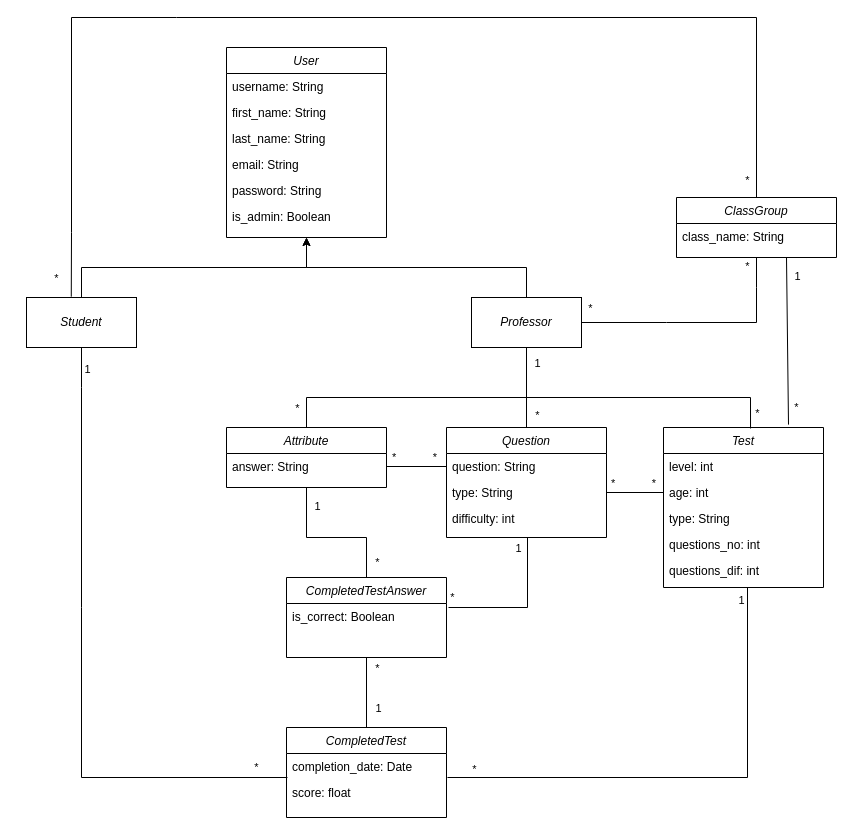
nganaconda/lms-web keeps this draw.io diagram as Class Diagram.drawio. Above is the earlier version. Source tidied: cells renumbered, new cells numbered last; positions are measured from the earlier drawing's top-left corner, leaving out a move shared by most shapes. Both pictures are drawn from the tidied source at 100%, with x=0, y=0 at pixel (26, 17).
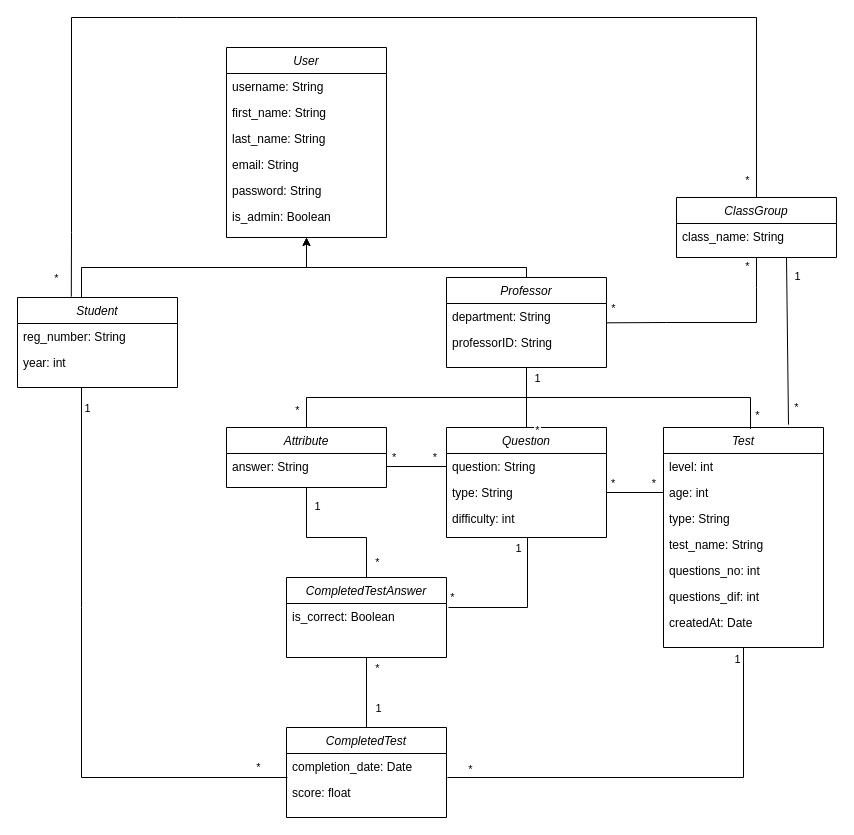
The same page after the edit.

The change refers to these unchanged cells:
```xml
<mxCell id="2" value="User" style="swimlane;fontStyle=2;align=center;verticalAlign=top;horizontal=1;startSize=26;rounded=0;shadow=0;strokeWidth=1;" parent="1" vertex="1">
  <mxGeometry x="200" y="30" width="160" height="190" as="geometry" />
</mxCell>
<mxCell id="13" value="Attribute" style="swimlane;fontStyle=2;align=center;verticalAlign=top;horizontal=1;startSize=26;rounded=0;shadow=0;strokeWidth=1;" parent="1" vertex="1">
  <mxGeometry x="200" y="410" width="160" height="60" as="geometry" />
</mxCell>
<mxCell id="15" value="Question" style="swimlane;fontStyle=2;align=center;verticalAlign=top;horizontal=1;startSize=26;rounded=0;shadow=0;strokeWidth=1;" parent="1" vertex="1">
  <mxGeometry x="420" y="410" width="160" height="110" as="geometry" />
</mxCell>
<mxCell id="36" value="completion_date: Date" style="text;align=left;verticalAlign=top;spacingLeft=4;spacingRight=4;overflow=hidden;points=[[0,0.5],[1,0.5]];portConstraint=eastwest;" parent="35" vertex="1">
  <mxGeometry y="26" width="160" height="26" as="geometry" />
</mxCell>
<mxCell id="44" value="ClassGroup" style="swimlane;fontStyle=2;align=center;verticalAlign=top;horizontal=1;startSize=26;rounded=0;shadow=0;strokeWidth=1;" parent="1" vertex="1">
  <mxGeometry x="650" y="180" width="160" height="60" as="geometry" />
</mxCell>
```

The edit, as a diff of the source:
```diff
@@
-    <mxCell id="9" style="edgeStyle=orthogonalEdgeStyle;rounded=0;jettySize=auto;html=1;entryX=0.5;entryY=1;entryDx=0;entryDy=0;" parent="1" edge="1" source="10" target="2">
+    <mxCell id="9" style="edgeStyle=orthogonalEdgeStyle;rounded=0;jettySize=auto;html=1;entryX=0.5;entryY=1;entryDx=0;entryDy=0;" parent="1" edge="1" target="2">
       <mxGeometry relative="1" as="geometry">
+        <mxPoint x="55" y="280" as="sourcePoint" />
         <Array as="points">
           <mxPoint x="55" y="250" />
           <mxPoint x="280" y="250" />
         </Array>
       </mxGeometry>
     </mxCell>
-    <mxCell id="10" value="Student" style="rounded=0;whiteSpace=wrap;html=1;fontStyle=2;" parent="1" vertex="1">
-      <mxGeometry y="280" width="110" height="50" as="geometry" />
-    </mxCell>
-    <mxCell id="11" style="edgeStyle=orthogonalEdgeStyle;rounded=0;jettySize=auto;html=1;entryX=0.5;entryY=1;entryDx=0;entryDy=0;exitX=0.5;exitY=0;exitDx=0;exitDy=0;" parent="1" edge="1" source="12" target="2">
+    <mxCell id="11" style="edgeStyle=orthogonalEdgeStyle;rounded=0;jettySize=auto;html=1;entryX=0.5;entryY=1;entryDx=0;entryDy=0;" parent="1" edge="1" target="2">
       <mxGeometry relative="1" as="geometry">
+        <mxPoint x="500" y="260" as="sourcePoint" />
         <Array as="points">
           <mxPoint x="500" y="250" />
           <mxPoint x="280" y="250" />
         </Array>
       </mxGeometry>
     </mxCell>
-    <mxCell id="12" value="Professor" style="rounded=0;whiteSpace=wrap;html=1;fontStyle=2;" parent="1" vertex="1">
-      <mxGeometry x="445" y="280" width="110" height="50" as="geometry" />
-    </mxCell>
@@
     <mxCell id="19" value="Test" style="swimlane;fontStyle=2;align=center;verticalAlign=top;horizontal=1;startSize=26;rounded=0;shadow=0;strokeWidth=1;" parent="1" vertex="1">
-      <mxGeometry x="637" y="410" width="160" height="160" as="geometry" />
+      <mxGeometry x="637" y="410" width="160" height="220" as="geometry" />
     </mxCell>
@@
-    <mxCell id="23" value="questions_no: int" style="text;align=left;verticalAlign=top;spacingLeft=4;spacingRight=4;overflow=hidden;" parent="19" vertex="1">
+    <mxCell id="23" value="test_name: String" style="text;align=left;verticalAlign=top;spacingLeft=4;spacingRight=4;overflow=hidden;" parent="19" vertex="1">
       <mxGeometry y="104" width="160" height="26" as="geometry" />
     </mxCell>
+    <mxCell id="66" value="questions_no: int" style="text;align=left;verticalAlign=top;spacingLeft=4;spacingRight=4;overflow=hidden;" parent="19" vertex="1">
+      <mxGeometry y="130" width="160" height="26" as="geometry" />
+    </mxCell>
     <mxCell id="24" value="questions_dif: int" style="text;align=left;verticalAlign=top;spacingLeft=4;spacingRight=4;overflow=hidden;" parent="19" vertex="1">
-      <mxGeometry y="130" width="160" height="26" as="geometry" />
+      <mxGeometry y="156" width="160" height="26" as="geometry" />
     </mxCell>
+    <mxCell id="67" value="createdAt: Date" style="text;align=left;verticalAlign=top;spacingLeft=4;spacingRight=4;overflow=hidden;" parent="19" vertex="1">
+      <mxGeometry y="182" width="160" height="26" as="geometry" />
+    </mxCell>
-    <mxCell id="25" style="endArrow=none;html=1;rounded=0;entryX=0.5;entryY=1;entryDx=0;entryDy=0;exitX=0.5;exitY=0;exitDx=0;exitDy=0;" parent="1" edge="1" source="13" target="12">
+    <mxCell id="25" style="endArrow=none;html=1;rounded=0;exitX=0.5;exitY=0;exitDx=0;exitDy=0;" parent="1" edge="1" source="13">
       <mxGeometry relative="1" as="geometry">
+        <mxPoint x="500" y="360" as="targetPoint" />
         <Array as="points">
           <mxPoint x="280" y="380" />
           <mxPoint x="500" y="380" />
         </Array>
       </mxGeometry>
     </mxCell>
@@
-    <mxCell id="27" style="endArrow=none;html=1;rounded=0;entryX=0.5;entryY=1;entryDx=0;entryDy=0;exitX=0.5;exitY=0;exitDx=0;exitDy=0;" parent="1" edge="1" source="15" target="12">
+    <mxCell id="27" style="endArrow=none;html=1;rounded=0;exitX=0.5;exitY=0;exitDx=0;exitDy=0;" parent="1" edge="1" source="15">
       <mxGeometry relative="1" as="geometry">
+        <mxPoint x="500" y="360" as="targetPoint" />
         <Array as="points">
           <mxPoint x="500" y="380" />
         </Array>
       </mxGeometry>
     </mxCell>
@@
-    <mxCell id="29" style="endArrow=none;html=1;rounded=0;entryX=0.5;entryY=1;entryDx=0;entryDy=0;exitX=0.544;exitY=0.006;exitDx=0;exitDy=0;exitPerimeter=0;" parent="1" edge="1" source="19" target="12">
+    <mxCell id="29" style="endArrow=none;html=1;rounded=0;exitX=0.544;exitY=0.006;exitDx=0;exitDy=0;exitPerimeter=0;entryX=0.5;entryY=1;entryDx=0;entryDy=0;" parent="1" edge="1" source="19" target="12">
       <mxGeometry relative="1" as="geometry">
         <Array as="points">
           <mxPoint x="724" y="380" />
           <mxPoint x="500" y="380" />
         </Array>
       </mxGeometry>
     </mxCell>
@@
-    <mxCell id="38" style="endArrow=none;html=1;rounded=0;entryX=0.5;entryY=1;entryDx=0;entryDy=0;exitX=0.006;exitY=0.923;exitDx=0;exitDy=0;exitPerimeter=0;" parent="1" edge="1" source="36" target="10">
+    <mxCell id="38" style="endArrow=none;html=1;rounded=0;exitX=0.006;exitY=0.923;exitDx=0;exitDy=0;exitPerimeter=0;" parent="1" edge="1" source="36">
       <mxGeometry relative="1" as="geometry">
+        <mxPoint x="55" y="370" as="targetPoint" />
         <Array as="points">
           <mxPoint x="55" y="760" />
           <mxPoint x="55" y="590" />
-          <mxPoint x="55" y="370" />
         </Array>
       </mxGeometry>
     </mxCell>
@@
-    <mxCell id="41" style="endArrow=none;html=1;rounded=0;entryX=1.006;entryY=0.923;entryDx=0;entryDy=0;entryPerimeter=0;" parent="1" edge="1" target="36">
+    <mxCell id="41" style="endArrow=none;html=1;rounded=0;entryX=1.006;entryY=0.923;entryDx=0;entryDy=0;entryPerimeter=0;exitX=0.5;exitY=1;exitDx=0;exitDy=0;" parent="1" edge="1" source="19" target="36">
       <mxGeometry relative="1" as="geometry">
-        <mxPoint x="721" y="570" as="sourcePoint" />
         <Array as="points">
-          <mxPoint x="721" y="760" />
+          <mxPoint x="717" y="760" />
         </Array>
       </mxGeometry>
     </mxCell>
@@
-    <mxCell id="46" style="endArrow=none;html=1;rounded=0;entryX=1;entryY=0.5;entryDx=0;entryDy=0;exitX=0.5;exitY=1;exitDx=0;exitDy=0;" parent="1" edge="1" source="44" target="12">
+    <mxCell id="46" style="endArrow=none;html=1;rounded=0;exitX=0.5;exitY=1;exitDx=0;exitDy=0;entryX=0.998;entryY=0.744;entryDx=0;entryDy=0;entryPerimeter=0;" parent="1" edge="1" source="44" target="70">
       <mxGeometry relative="1" as="geometry">
         <Array as="points">
           <mxPoint x="730" y="270" />
           <mxPoint x="730" y="305" />
           <mxPoint x="640" y="305" />
         </Array>
       </mxGeometry>
     </mxCell>
@@
-    <mxCell id="49" style="endArrow=none;html=1;rounded=0;entryX=0.407;entryY=-0.016;entryDx=0;entryDy=0;exitX=0.5;exitY=0;exitDx=0;exitDy=0;entryPerimeter=0;" parent="1" edge="1" source="44" target="10">
+    <mxCell id="49" style="endArrow=none;html=1;rounded=0;entryX=0.407;entryY=-0.016;entryDx=0;entryDy=0;exitX=0.5;exitY=0;exitDx=0;exitDy=0;entryPerimeter=0;" parent="1" edge="1" source="44">
       <mxGeometry relative="1" as="geometry">
+        <mxPoint x="44.8" y="279.2" as="targetPoint" />
         <Array as="points">
           <mxPoint x="730" />
           <mxPoint x="150" />
           <mxPoint x="45" />
           <mxPoint x="45" y="215" />
         </Array>
       </mxGeometry>
     </mxCell>
@@
+    <mxCell id="10" value="Student" style="swimlane;fontStyle=2;align=center;verticalAlign=top;horizontal=1;startSize=26;rounded=0;shadow=0;strokeWidth=1;" parent="1" vertex="1">
+      <mxGeometry x="-9" y="280" width="160" height="90" as="geometry" />
+    </mxCell>
+    <mxCell id="68" value="reg_number: String" style="text;align=left;verticalAlign=top;spacingLeft=4;spacingRight=4;overflow=hidden;" parent="10" vertex="1">
+      <mxGeometry y="26" width="160" height="26" as="geometry" />
+    </mxCell>
+    <mxCell id="69" value="year: int" style="text;align=left;verticalAlign=top;spacingLeft=4;spacingRight=4;overflow=hidden;" parent="10" vertex="1">
+      <mxGeometry y="52" width="160" height="26" as="geometry" />
+    </mxCell>
+    <mxCell id="12" value="Professor" style="swimlane;fontStyle=2;align=center;verticalAlign=top;horizontal=1;startSize=26;rounded=0;shadow=0;strokeWidth=1;" parent="1" vertex="1">
+      <mxGeometry x="420" y="260" width="160" height="90" as="geometry" />
+    </mxCell>
+    <mxCell id="70" value="department: String" style="text;align=left;verticalAlign=top;spacingLeft=4;spacingRight=4;overflow=hidden;points=[[0,0.5],[1,0.5]];portConstraint=eastwest;" parent="12" vertex="1">
+      <mxGeometry y="26" width="160" height="26" as="geometry" />
+    </mxCell>
+    <mxCell id="71" value="professorID: String" style="text;align=left;verticalAlign=top;spacingLeft=4;spacingRight=4;overflow=hidden;" parent="12" vertex="1">
+      <mxGeometry y="52" width="160" height="26" as="geometry" />
+    </mxCell>
```
